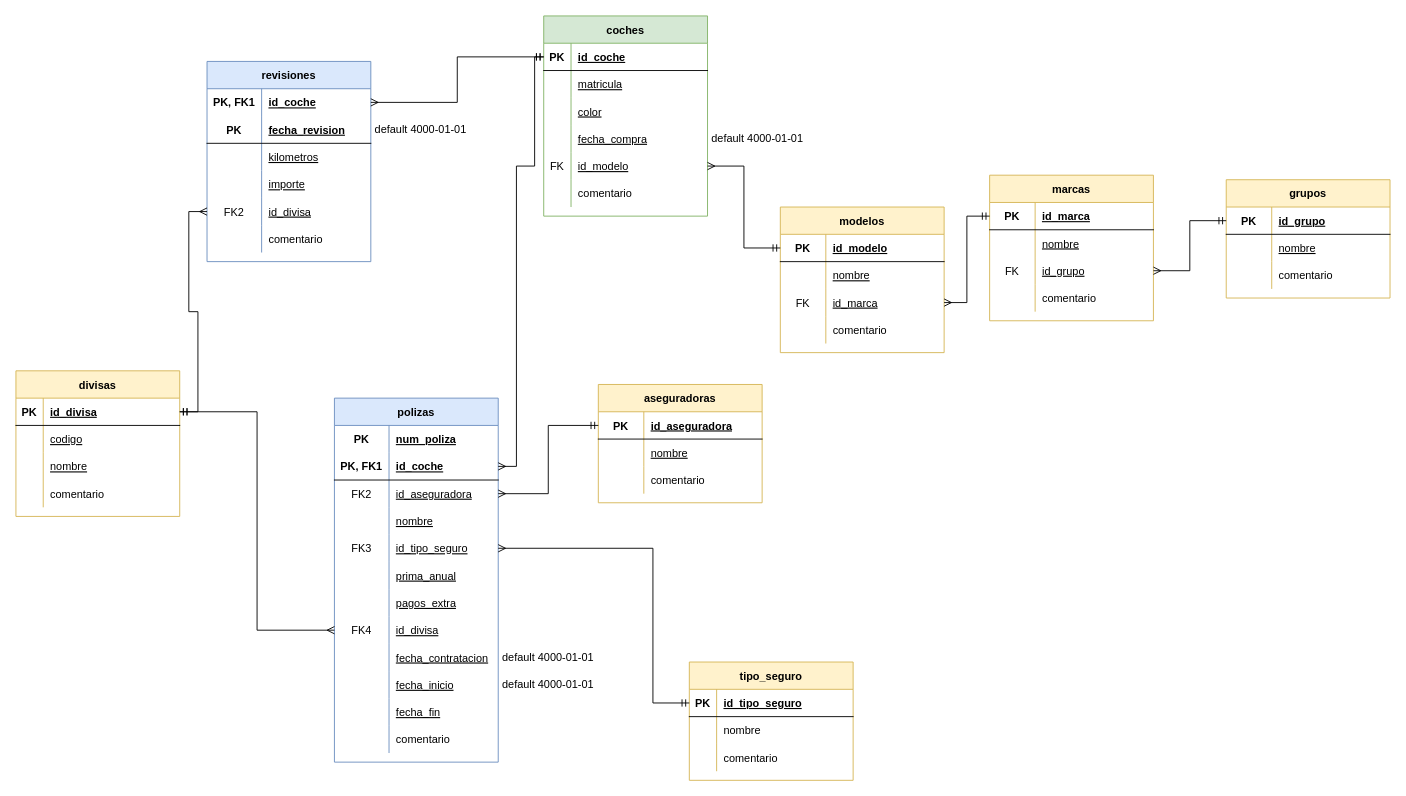
Above: diagrama_ekaterina_eremina.drawio in ekaterinaleks/practica_modelado_datos_sql (draw.io), before the change. Source tidied: cells renumbered, new cells numbered last; positions are measured from the earlier drawing's top-left corner, leaving out a move shared by most shapes. Both pictures are drawn from the tidied source at 91%, with x=0, y=0 at pixel (15, 15).
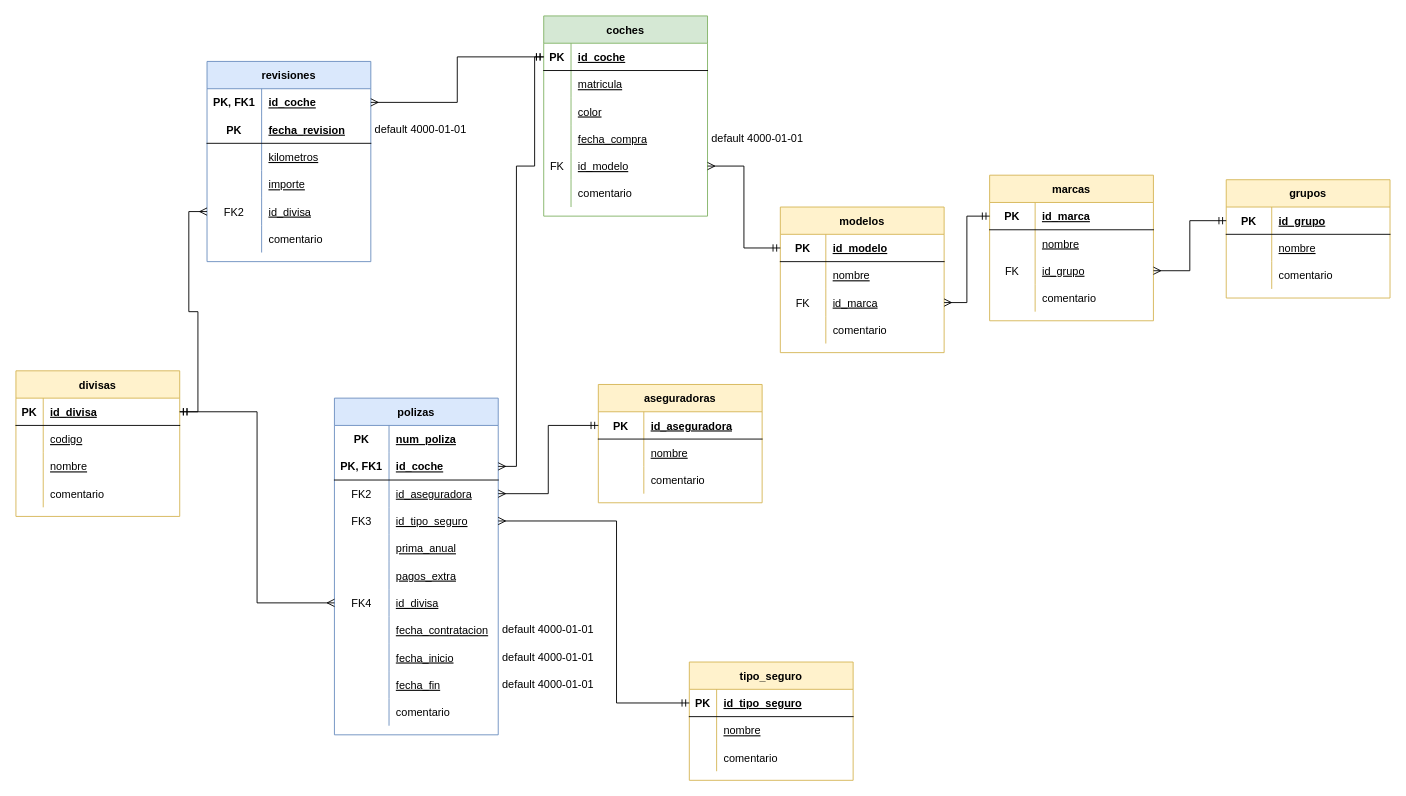
The same diagram, later.

Commit message:
Polished the diagram

Unchanged cells that the change refers to:
```xml
<mxCell id="142" style="shape=tableRow;horizontal=0;startSize=0;swimlaneHead=0;swimlaneBody=0;fillColor=none;points=[[0,0.5],[1,0.5]];portConstraint=eastwest;top=0;left=0;right=0;bottom=1;" parent="141" vertex="1">
  <mxGeometry y="30" width="180" height="30" as="geometry" />
</mxCell>
<mxCell id="145" style="shape=tableRow;horizontal=0;startSize=0;swimlaneHead=0;swimlaneBody=0;fillColor=none;top=0;left=0;right=0;bottom=0;" parent="141" vertex="1">
  <mxGeometry y="60" width="180" height="30" as="geometry" />
</mxCell>
```

Diff of the diagram source:
```diff
@@
     <mxCell id="21" value="polizas" style="shape=table;startSize=30;childLayout=tableLayout;rowLines=0;fontStyle=1;align=center;fillColor=#dae8fc;strokeColor=#6c8ebf;" parent="1" vertex="1">
-      <mxGeometry x="350" y="420" width="180" height="400" as="geometry" />
+      <mxGeometry x="350" y="420" width="180" height="370" as="geometry" />
     </mxCell>
@@
-    <mxCell id="31" style="shape=tableRow;horizontal=0;startSize=0;swimlaneHead=0;swimlaneBody=0;fillColor=none;top=0;left=0;right=0;bottom=0;" parent="21" vertex="1">
-      <mxGeometry y="120" width="180" height="30" as="geometry" />
-    </mxCell>
-    <mxCell id="32" style="shape=partialRectangle;fillColor=none;top=0;left=0;bottom=0;right=0;overflow=hidden;" parent="31" vertex="1">
-      <mxGeometry width="60" height="30" as="geometry" />
-    </mxCell>
-    <mxCell id="33" value="nombre" style="shape=partialRectangle;fillColor=none;top=0;left=0;bottom=0;right=0;align=left;spacingLeft=6;overflow=hidden;fontStyle=4;" parent="31" vertex="1">
-      <mxGeometry x="60" width="120" height="30" as="geometry" />
-    </mxCell>
     <mxCell id="34" style="shape=tableRow;horizontal=0;startSize=0;swimlaneHead=0;swimlaneBody=0;fillColor=none;points=[[0,0.5],[1,0.5]];portConstraint=eastwest;top=0;left=0;right=0;bottom=0;" parent="21" vertex="1">
-      <mxGeometry y="150" width="180" height="30" as="geometry" />
+      <mxGeometry y="120" width="180" height="30" as="geometry" />
     </mxCell>
@@
     <mxCell id="37" style="shape=tableRow;horizontal=0;startSize=0;swimlaneHead=0;swimlaneBody=0;fillColor=none;top=0;left=0;right=0;bottom=0;" parent="21" vertex="1">
-      <mxGeometry y="180" width="180" height="30" as="geometry" />
+      <mxGeometry y="150" width="180" height="30" as="geometry" />
     </mxCell>
@@
     <mxCell id="40" style="shape=tableRow;horizontal=0;startSize=0;swimlaneHead=0;swimlaneBody=0;fillColor=none;top=0;left=0;right=0;bottom=0;" parent="21" vertex="1">
-      <mxGeometry y="210" width="180" height="30" as="geometry" />
+      <mxGeometry y="180" width="180" height="30" as="geometry" />
     </mxCell>
@@
     <mxCell id="43" style="shape=tableRow;horizontal=0;startSize=0;swimlaneHead=0;swimlaneBody=0;fillColor=none;points=[[0,0.5],[1,0.5]];portConstraint=eastwest;top=0;left=0;right=0;bottom=0;" parent="21" vertex="1">
-      <mxGeometry y="240" width="180" height="30" as="geometry" />
+      <mxGeometry y="210" width="180" height="30" as="geometry" />
     </mxCell>
@@
     <mxCell id="46" style="shape=tableRow;horizontal=0;startSize=0;swimlaneHead=0;swimlaneBody=0;fillColor=none;top=0;left=0;right=0;bottom=0;" parent="21" vertex="1">
-      <mxGeometry y="270" width="180" height="30" as="geometry" />
+      <mxGeometry y="240" width="180" height="30" as="geometry" />
     </mxCell>
@@
     <mxCell id="49" style="shape=tableRow;horizontal=0;startSize=0;swimlaneHead=0;swimlaneBody=0;fillColor=none;top=0;left=0;right=0;bottom=0;" parent="21" vertex="1">
-      <mxGeometry y="300" width="180" height="30" as="geometry" />
+      <mxGeometry y="270" width="180" height="30" as="geometry" />
     </mxCell>
@@
     <mxCell id="52" style="shape=tableRow;horizontal=0;startSize=0;swimlaneHead=0;swimlaneBody=0;fillColor=none;top=0;left=0;right=0;bottom=0;" parent="21" vertex="1">
-      <mxGeometry y="330" width="180" height="30" as="geometry" />
+      <mxGeometry y="300" width="180" height="30" as="geometry" />
     </mxCell>
@@
     <mxCell id="55" style="shape=tableRow;horizontal=0;startSize=0;swimlaneHead=0;swimlaneBody=0;fillColor=none;top=0;left=0;right=0;bottom=0;" parent="21" vertex="1">
-      <mxGeometry y="360" width="180" height="30" as="geometry" />
+      <mxGeometry y="330" width="180" height="30" as="geometry" />
     </mxCell>
@@
-    <mxCell id="147" value="nombre" style="shape=partialRectangle;fillColor=none;top=0;left=0;bottom=0;right=0;align=left;spacingLeft=6;overflow=hidden;" parent="145" vertex="1">
+    <mxCell id="147" value="nombre" style="shape=partialRectangle;fillColor=none;top=0;left=0;bottom=0;right=0;align=left;spacingLeft=6;overflow=hidden;fontStyle=4;" parent="145" vertex="1">
       <mxGeometry x="30" width="150" height="30" as="geometry" />
     </mxCell>
@@
-    <mxCell id="156" style="edgeStyle=orthogonalEdgeStyle;rounded=0;jettySize=auto;html=1;exitX=1;exitY=0.5;exitDx=0;exitDy=0;entryX=0;entryY=0.5;entryDx=0;entryDy=0;startArrow=ERmany;startFill=0;endArrow=ERmandOne;endFill=0;" parent="1" edge="1" source="34" target="142">
-      <mxGeometry relative="1" as="geometry">
-        <Array as="points">
-          <mxPoint x="700" y="585" />
-          <mxPoint x="700" y="755" />
-        </Array>
-      </mxGeometry>
-    </mxCell>
@@
+    <mxCell id="156" style="edgeStyle=orthogonalEdgeStyle;rounded=0;jettySize=auto;html=1;exitX=1;exitY=0.5;exitDx=0;exitDy=0;entryX=0;entryY=0.5;entryDx=0;entryDy=0;endArrow=ERmandOne;endFill=0;startArrow=ERmany;startFill=0;" parent="1" edge="1" source="34" target="142">
+      <mxGeometry relative="1" as="geometry">
+        <Array as="points">
+          <mxPoint x="660" y="555" />
+          <mxPoint x="660" y="755" />
+        </Array>
+      </mxGeometry>
+    </mxCell>
+    <mxCell id="159" value="default 4000-01-01" style="text;html=1;strokeColor=none;fillColor=none;align=center;verticalAlign=middle;whiteSpace=wrap;rounded=0;" parent="1" vertex="1">
+      <mxGeometry x="530" y="660" width="110" height="30" as="geometry" />
+    </mxCell>
```
